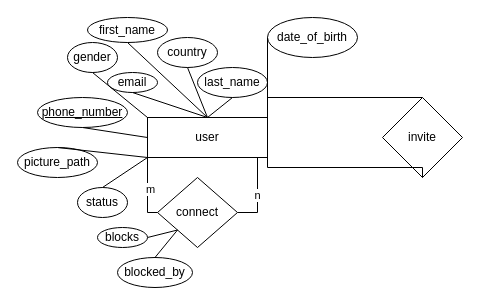
Earlier version of the draw.io diagram docs/ER.drawio (heshmAhmed/Chatting-Application). Source tidied: cells renumbered, new cells numbered last; positions are measured from the earlier drawing's top-left corner, leaving out a move shared by most shapes. Both pictures are drawn from the tidied source at 100%, with x=0, y=0 at pixel (17, 17).
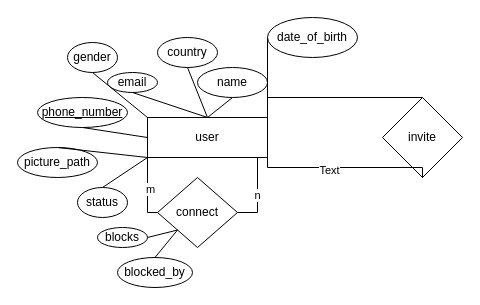
The same page after the edit.

The change refers to these unchanged cells:
```xml
<mxCell id="2" value="user" style="rounded=0;whiteSpace=wrap;html=1;" parent="1" vertex="1">
  <mxGeometry x="130" y="100" width="120" height="40" as="geometry" />
</mxCell>
<mxCell id="32" style="endArrow=none;html=1;rounded=0;elbow=vertical;entryX=0.5;entryY=1;entryDx=0;entryDy=0;exitX=1;exitY=1;exitDx=0;exitDy=0;edgeStyle=orthogonalEdgeStyle;" parent="1" edge="1" source="2" target="31">
  <mxGeometry relative="1" as="geometry" />
</mxCell>
```

Change to the diagram source:
```diff
@@
-    <mxCell id="6" value="first_name" style="ellipse;whiteSpace=wrap;html=1;" parent="1" vertex="1">
-      <mxGeometry x="70" width="80" height="25" as="geometry" />
-    </mxCell>
@@
-    <mxCell id="10" value="last_name" style="ellipse;whiteSpace=wrap;html=1;" parent="1" vertex="1">
+    <mxCell id="10" value="name" style="ellipse;whiteSpace=wrap;html=1;" parent="1" vertex="1">
       <mxGeometry x="180" y="50" width="70" height="30" as="geometry" />
     </mxCell>
@@
-    <mxCell id="15" style="endArrow=none;html=1;rounded=0;elbow=vertical;entryX=0.5;entryY=1;entryDx=0;entryDy=0;exitX=0.5;exitY=0;exitDx=0;exitDy=0;" parent="1" edge="1" source="2" target="6">
-      <mxGeometry relative="1" as="geometry" />
-    </mxCell>
@@
+    <mxCell id="33" value="Text" style="edgeLabel;html=1;align=center;verticalAlign=middle;" parent="32" vertex="1">
+      <mxGeometry x="-0.19" y="-2" relative="1" as="geometry" />
+    </mxCell>
```
